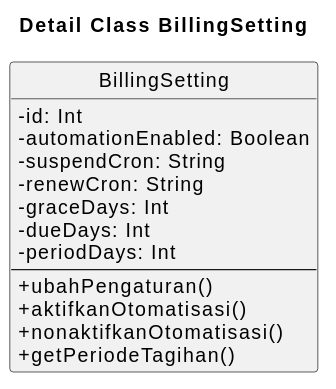
janbu12/nemafi-be keeps this PlantUML diagram as docs/plantuml/detail-classes/detail-class-billing-setting.svg. Above is the earlier version. The source it was exported from:
```plantuml
@startuml
title Detail Class BillingSetting

skinparam classAttributeIconSize 0
hide circle

class BillingSetting {
  - id: Int
  - automationEnabled: Boolean
  - suspendCron: String
  - renewCron: String
  - graceDays: Int
  - dueDays: Int
  - periodDays: Int
  --
  + ubahPengaturan()
  + aktifkanOtomatisasi()
  + nonaktifkanOtomatisasi()
  + getPeriodeTagihan()
}
@enduml
```
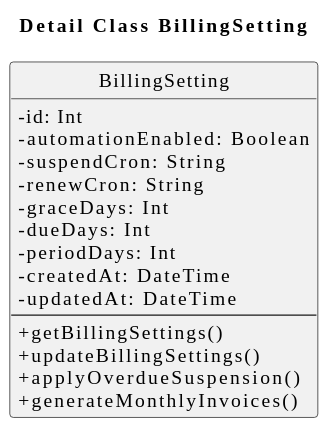
After the commit.

Diff of the diagram source:
```diff
@@ -2,6 +2,8 @@
 title Detail Class BillingSetting
 
 skinparam classAttributeIconSize 0
+skinparam shadowing false
+skinparam defaultFontName "Times New Roman"
 hide circle
 
 class BillingSetting {
@@ -12,10 +14,12 @@
   - graceDays: Int
   - dueDays: Int
   - periodDays: Int
+  - createdAt: DateTime
+  - updatedAt: DateTime
   --
-  + ubahPengaturan()
-  + aktifkanOtomatisasi()
-  + nonaktifkanOtomatisasi()
-  + getPeriodeTagihan()
+  + getBillingSettings()
+  + updateBillingSettings()
+  + applyOverdueSuspension()
+  + generateMonthlyInvoices()
 }
 @enduml
```
